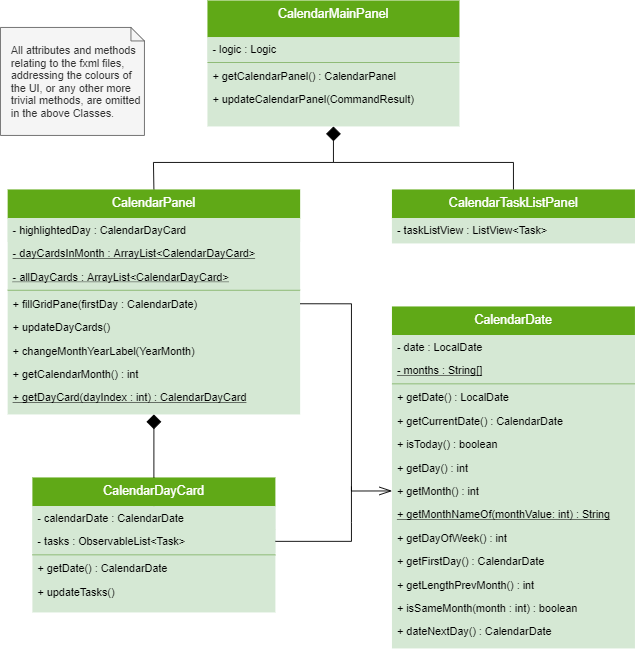
yapdianhao/main keeps this draw.io diagram as docs/images/CalendarUiClassDiagram.png. Above is the earlier version. Source tidied: cells renumbered, new cells last; positions are measured from the earlier drawing's top-left corner, leaving out a move shared by most shapes.
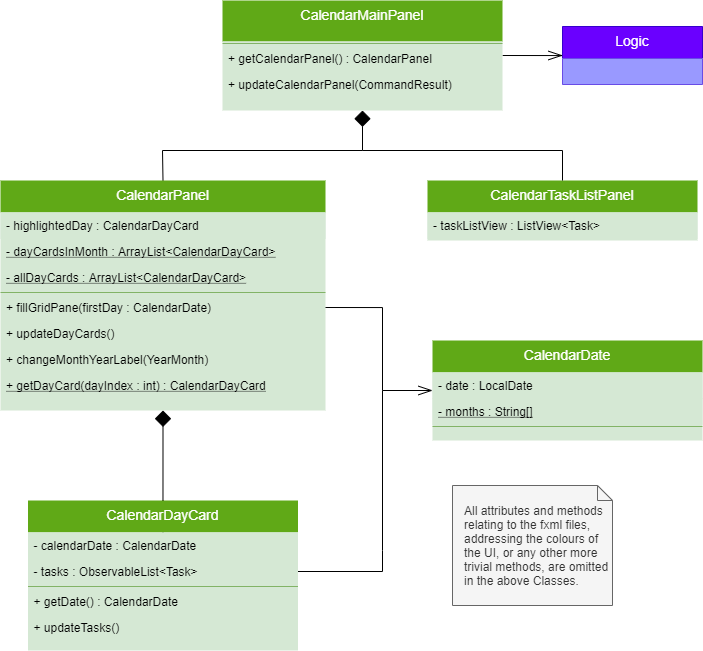
After the commit.

The edit, as a diff of the source:
```diff
@@ -2,23 +2,27 @@
   <root>
     <mxCell id="0" />
     <mxCell id="1" parent="0" />
+    <mxCell id="46" style="edgeStyle=orthogonalEdgeStyle;rounded=0;jettySize=auto;html=1;exitX=1;exitY=0.5;exitDx=0;exitDy=0;entryX=0;entryY=0.5;entryDx=0;entryDy=0;startArrow=none;startFill=0;endArrow=openThin;endFill=0;endSize=12;strokeColor=#000000;strokeWidth=1;fontSize=12;" parent="1" edge="1" source="2" target="47">
+      <mxGeometry relative="1" as="geometry">
+        <Array as="points">
+          <mxPoint x="570" y="85" />
+        </Array>
+      </mxGeometry>
+    </mxCell>
     <mxCell id="2" value="CalendarMainPanel" style="swimlane;fontStyle=0;align=center;verticalAlign=top;horizontal=1;startSize=41;rounded=0;shadow=0;strokeWidth=1;fillColor=#60a917;strokeColor=none;fontColor=#ffffff;swimlaneFillColor=#D5E8D4;fontSize=14;" parent="1" vertex="1">
-      <mxGeometry x="230" width="280" height="140" as="geometry" />
+      <mxGeometry x="230" y="30" width="280" height="110" as="geometry" />
     </mxCell>
-    <mxCell id="3" value="- logic : Logic" style="text;align=left;verticalAlign=top;spacingLeft=4;spacingRight=4;overflow=hidden;rounded=0;shadow=0;html=0;fillColor=#d5e8d4;strokeColor=none;" parent="2" vertex="1">
-      <mxGeometry y="41" width="280" height="26" as="geometry" />
-    </mxCell>
     <mxCell id="4" style="line;html=1;strokeWidth=1;align=left;verticalAlign=middle;spacingTop=-1;spacingLeft=3;spacingRight=3;labelPosition=right;fillColor=#d5e8d4;strokeColor=#82b366;shadow=0;gradientColor=none;" parent="2" vertex="1">
-      <mxGeometry y="67" width="280" height="4" as="geometry" />
+      <mxGeometry y="41" width="280" height="4" as="geometry" />
     </mxCell>
     <mxCell id="5" value="+ getCalendarPanel() : CalendarPanel" style="text;strokeColor=none;fillColor=none;align=left;verticalAlign=top;spacingLeft=4;spacingRight=4;overflow=hidden;fontSize=12;" parent="2" vertex="1">
-      <mxGeometry y="71" width="280" height="26" as="geometry" />
+      <mxGeometry y="45" width="280" height="26" as="geometry" />
     </mxCell>
     <mxCell id="6" value="+ updateCalendarPanel(CommandResult)" style="text;strokeColor=none;fillColor=none;align=left;verticalAlign=top;spacingLeft=4;spacingRight=4;overflow=hidden;fontSize=12;" parent="2" vertex="1">
-      <mxGeometry y="97" width="280" height="26" as="geometry" />
+      <mxGeometry y="71" width="280" height="26" as="geometry" />
     </mxCell>
     <mxCell id="7" value="&lt;div&gt;All attributes and methods relating to the fxml files, addressing the colours of the UI, or any other more trivial methods, are omitted in the above Classes.&lt;/div&gt;" style="shape=note;size=15;align=left;spacingLeft=10;html=1;whiteSpace=wrap;fillColor=#f5f5f5;strokeColor=#666666;fontColor=#333333;" parent="1" vertex="1">
-      <mxGeometry y="30" width="160" height="120" as="geometry" />
+      <mxGeometry x="460" y="515" width="160" height="120" as="geometry" />
     </mxCell>
     <mxCell id="8" value="CalendarTaskListPanel" style="swimlane;fontStyle=0;align=center;verticalAlign=top;horizontal=1;startSize=32;rounded=0;shadow=0;strokeWidth=1;fillColor=#60a917;strokeColor=none;fontColor=#ffffff;swimlaneFillColor=#D5E8D4;fontSize=14;" parent="1" vertex="1">
       <mxGeometry x="435" y="210" width="270" height="60" as="geometry" />
@@ -52,7 +56,7 @@
       </mxGeometry>
     </mxCell>
     <mxCell id="13" value="CalendarPanel" style="swimlane;fontStyle=0;align=center;verticalAlign=top;horizontal=1;startSize=32;rounded=0;shadow=0;strokeWidth=1;fillColor=#60a917;strokeColor=none;fontColor=#ffffff;swimlaneFillColor=#D5E8D4;fontSize=14;" parent="1" vertex="1">
-      <mxGeometry x="8" y="210" width="325" height="250" as="geometry" />
+      <mxGeometry x="8" y="210" width="325" height="230" as="geometry" />
     </mxCell>
     <mxCell id="14" value="- highlightedDay : CalendarDayCard" style="text;align=left;verticalAlign=top;spacingLeft=4;spacingRight=4;overflow=hidden;rounded=0;shadow=0;html=0;fillColor=#d5e8d4;strokeColor=none;" parent="13" vertex="1">
       <mxGeometry y="32" width="325" height="26" as="geometry" />
@@ -75,57 +79,9 @@
     <mxCell id="20" value="+ changeMonthYearLabel(YearMonth)" style="text;strokeColor=none;fillColor=none;align=left;verticalAlign=top;spacingLeft=4;spacingRight=4;overflow=hidden;fontSize=12;" parent="13" vertex="1">
       <mxGeometry y="166" width="325" height="26" as="geometry" />
     </mxCell>
-    <mxCell id="21" value="+ getCalendarMonth() : int" style="text;strokeColor=none;fillColor=none;align=left;verticalAlign=top;spacingLeft=4;spacingRight=4;overflow=hidden;fontSize=12;" parent="13" vertex="1">
-      <mxGeometry y="192" width="325" height="26" as="geometry" />
-    </mxCell>
     <mxCell id="22" value="+ getDayCard(dayIndex : int) : CalendarDayCard" style="text;strokeColor=none;fillColor=none;align=left;verticalAlign=top;spacingLeft=4;spacingRight=4;overflow=hidden;fontSize=12;fontStyle=4;" parent="13" vertex="1">
-      <mxGeometry y="218" width="325" height="26" as="geometry" />
+      <mxGeometry y="192" width="325" height="26" as="geometry" />
     </mxCell>
-    <mxCell id="23" value="CalendarDate" style="swimlane;fontStyle=0;align=center;verticalAlign=top;horizontal=1;startSize=32;rounded=0;shadow=0;strokeWidth=1;fillColor=#60a917;strokeColor=none;fontColor=#ffffff;swimlaneFillColor=#D5E8D4;fontSize=14;" parent="1" vertex="1">
-      <mxGeometry x="435" y="340" width="270" height="380" as="geometry" />
-    </mxCell>
-    <mxCell id="24" value="- date : LocalDate" style="text;align=left;verticalAlign=top;spacingLeft=4;spacingRight=4;overflow=hidden;rounded=0;shadow=0;html=0;fillColor=#d5e8d4;strokeColor=none;" parent="23" vertex="1">
-      <mxGeometry y="32" width="270" height="26" as="geometry" />
-    </mxCell>
-    <mxCell id="25" value="- months : String[]" style="text;align=left;verticalAlign=top;spacingLeft=4;spacingRight=4;overflow=hidden;fillColor=#d5e8d4;strokeColor=none;fontStyle=4;" parent="23" vertex="1">
-      <mxGeometry y="58" width="270" height="26" as="geometry" />
-    </mxCell>
-    <mxCell id="26" style="line;html=1;strokeWidth=1;align=left;verticalAlign=middle;spacingTop=-1;spacingLeft=3;spacingRight=3;labelPosition=right;fillColor=#d5e8d4;strokeColor=#82b366;shadow=0;gradientColor=none;" parent="23" vertex="1">
-      <mxGeometry y="84" width="270" height="4" as="geometry" />
-    </mxCell>
-    <mxCell id="27" value="+ getDate() : LocalDate" style="text;strokeColor=none;fillColor=none;align=left;verticalAlign=top;spacingLeft=4;spacingRight=4;overflow=hidden;fontSize=12;" parent="23" vertex="1">
-      <mxGeometry y="88" width="270" height="26" as="geometry" />
-    </mxCell>
-    <mxCell id="28" value="+ getCurrentDate() : CalendarDate" style="text;strokeColor=none;fillColor=none;align=left;verticalAlign=top;spacingLeft=4;spacingRight=4;overflow=hidden;fontSize=12;" parent="23" vertex="1">
-      <mxGeometry y="114" width="270" height="26" as="geometry" />
-    </mxCell>
-    <mxCell id="29" value="+ isToday() : boolean" style="text;strokeColor=none;fillColor=none;align=left;verticalAlign=top;spacingLeft=4;spacingRight=4;overflow=hidden;fontSize=12;" parent="23" vertex="1">
-      <mxGeometry y="140" width="270" height="26" as="geometry" />
-    </mxCell>
-    <mxCell id="30" value="+ getDay() : int" style="text;strokeColor=none;fillColor=none;align=left;verticalAlign=top;spacingLeft=4;spacingRight=4;overflow=hidden;fontSize=12;" parent="23" vertex="1">
-      <mxGeometry y="166" width="270" height="26" as="geometry" />
-    </mxCell>
-    <mxCell id="31" value="+ getMonth() : int" style="text;strokeColor=none;fillColor=none;align=left;verticalAlign=top;spacingLeft=4;spacingRight=4;overflow=hidden;points=[[0,0.5],[1,0.5]];portConstraint=eastwest;fontSize=12;" parent="23" vertex="1">
-      <mxGeometry y="192" width="270" height="26" as="geometry" />
-    </mxCell>
-    <mxCell id="32" value="+ getMonthNameOf(monthValue: int) : String" style="text;strokeColor=none;fillColor=none;align=left;verticalAlign=top;spacingLeft=4;spacingRight=4;overflow=hidden;fontSize=12;fontStyle=4;" parent="23" vertex="1">
-      <mxGeometry y="218" width="270" height="26" as="geometry" />
-    </mxCell>
-    <mxCell id="33" value="+ getDayOfWeek() : int" style="text;strokeColor=none;fillColor=none;align=left;verticalAlign=top;spacingLeft=4;spacingRight=4;overflow=hidden;fontSize=12;" parent="23" vertex="1">
-      <mxGeometry y="244" width="270" height="26" as="geometry" />
-    </mxCell>
-    <mxCell id="34" value="+ getFirstDay() : CalendarDate" style="text;strokeColor=none;fillColor=none;align=left;verticalAlign=top;spacingLeft=4;spacingRight=4;overflow=hidden;fontSize=12;" parent="23" vertex="1">
-      <mxGeometry y="270" width="270" height="26" as="geometry" />
-    </mxCell>
-    <mxCell id="35" value="+ getLengthPrevMonth() : int" style="text;strokeColor=none;fillColor=none;align=left;verticalAlign=top;spacingLeft=4;spacingRight=4;overflow=hidden;fontSize=12;" parent="23" vertex="1">
-      <mxGeometry y="296" width="270" height="26" as="geometry" />
-    </mxCell>
-    <mxCell id="36" value="+ isSameMonth(month : int) : boolean" style="text;strokeColor=none;fillColor=none;align=left;verticalAlign=top;spacingLeft=4;spacingRight=4;overflow=hidden;fontSize=12;" parent="23" vertex="1">
-      <mxGeometry y="322" width="270" height="26" as="geometry" />
-    </mxCell>
-    <mxCell id="37" value="+ dateNextDay() : CalendarDate" style="text;strokeColor=none;fillColor=none;align=left;verticalAlign=top;spacingLeft=4;spacingRight=4;overflow=hidden;fontSize=12;" parent="23" vertex="1">
-      <mxGeometry y="348" width="270" height="26" as="geometry" />
-    </mxCell>
     <mxCell id="38" value="CalendarDayCard" style="swimlane;fontStyle=0;align=center;verticalAlign=top;horizontal=1;startSize=32;rounded=0;shadow=0;strokeWidth=1;fillColor=#60a917;strokeColor=none;fontColor=#ffffff;swimlaneFillColor=#D5E8D4;fontSize=14;" parent="1" vertex="1">
       <mxGeometry x="35.5" y="530" width="270" height="150" as="geometry" />
     </mxCell>
@@ -144,22 +100,40 @@
     <mxCell id="43" value="+ updateTasks()" style="text;strokeColor=none;fillColor=none;align=left;verticalAlign=top;spacingLeft=4;spacingRight=4;overflow=hidden;fontSize=12;" parent="38" vertex="1">
       <mxGeometry y="114" width="270" height="26" as="geometry" />
     </mxCell>
-    <mxCell id="44" style="edgeStyle=orthogonalEdgeStyle;rounded=0;jettySize=auto;html=1;exitX=1;exitY=0.5;exitDx=0;exitDy=0;entryX=0;entryY=0.5;entryDx=0;entryDy=0;startArrow=none;startFill=0;endArrow=openThin;endFill=0;endSize=12;strokeWidth=1;fontSize=12;" parent="1" edge="1" source="18" target="31">
+    <mxCell id="44" style="edgeStyle=orthogonalEdgeStyle;rounded=0;jettySize=auto;html=1;exitX=1;exitY=0.5;exitDx=0;exitDy=0;entryX=0;entryY=0.5;entryDx=0;entryDy=0;startArrow=none;startFill=0;endArrow=openThin;endFill=0;endSize=12;strokeWidth=1;fontSize=12;" parent="1" edge="1" source="18" target="23">
       <mxGeometry relative="1" as="geometry">
         <Array as="points">
           <mxPoint x="390" y="337" />
-          <mxPoint x="390" y="545" />
+          <mxPoint x="390" y="420" />
         </Array>
       </mxGeometry>
     </mxCell>
     <mxCell id="45" style="endArrow=none;html=1;strokeWidth=1;fontSize=12;exitX=1;exitY=0.5;exitDx=0;exitDy=0;strokeColor=#000000;rounded=0;" parent="1" edge="1" source="40">
       <mxGeometry relative="1" as="geometry">
-        <mxPoint x="390" y="540" as="targetPoint" />
+        <mxPoint x="390" y="420" as="targetPoint" />
         <Array as="points">
           <mxPoint x="390" y="601" />
           <mxPoint x="390" y="580" />
         </Array>
       </mxGeometry>
     </mxCell>
+    <mxCell id="47" value="Logic" style="swimlane;fontStyle=0;align=center;verticalAlign=top;horizontal=1;startSize=32;rounded=0;shadow=0;strokeWidth=1;fillColor=#6a00ff;strokeColor=#3700CC;fontColor=#ffffff;swimlaneFillColor=#ffffff;fontSize=14;" parent="1" vertex="1">
+      <mxGeometry x="570" y="56" width="140" height="58" as="geometry" />
+    </mxCell>
+    <mxCell id="48" style="text;align=left;verticalAlign=top;spacingLeft=4;spacingRight=4;overflow=hidden;rounded=0;shadow=0;html=0;fillColor=#9999FF;strokeColor=none;" parent="47" vertex="1">
+      <mxGeometry y="32" width="140" height="26" as="geometry" />
+    </mxCell>
+    <mxCell id="23" value="CalendarDate" style="swimlane;fontStyle=0;align=center;verticalAlign=top;horizontal=1;startSize=32;rounded=0;shadow=0;strokeWidth=1;fillColor=#60a917;strokeColor=none;fontColor=#ffffff;swimlaneFillColor=#D5E8D4;fontSize=14;" parent="1" vertex="1">
+      <mxGeometry x="440" y="370" width="270" height="100" as="geometry" />
+    </mxCell>
+    <mxCell id="24" value="- date : LocalDate" style="text;align=left;verticalAlign=top;spacingLeft=4;spacingRight=4;overflow=hidden;rounded=0;shadow=0;html=0;fillColor=#d5e8d4;strokeColor=none;" parent="23" vertex="1">
+      <mxGeometry y="32" width="270" height="26" as="geometry" />
+    </mxCell>
+    <mxCell id="25" value="- months : String[]" style="text;align=left;verticalAlign=top;spacingLeft=4;spacingRight=4;overflow=hidden;fillColor=#d5e8d4;strokeColor=none;fontStyle=4;" parent="23" vertex="1">
+      <mxGeometry y="58" width="270" height="26" as="geometry" />
+    </mxCell>
+    <mxCell id="26" style="line;html=1;strokeWidth=1;align=left;verticalAlign=middle;spacingTop=-1;spacingLeft=3;spacingRight=3;labelPosition=right;fillColor=#d5e8d4;strokeColor=#82b366;shadow=0;gradientColor=none;" parent="23" vertex="1">
+      <mxGeometry y="84" width="270" height="4" as="geometry" />
+    </mxCell>
   </root>
 </mxGraphModel>
```
